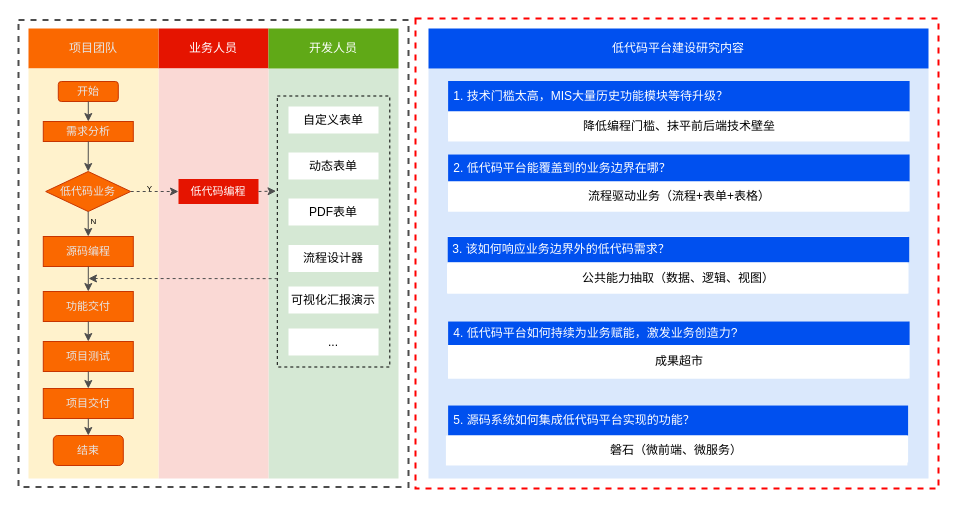
Earlier version of the draw.io diagram 低代码—研究内容——新版.drawio (tangyaosimida/love). Source tidied: cells renumbered, new cells numbered last; positions are measured from the earlier drawing's top-left corner, leaving out a move shared by most shapes. Both pictures are drawn from the tidied source at 100%, with x=0, y=0 at pixel (18, 18).
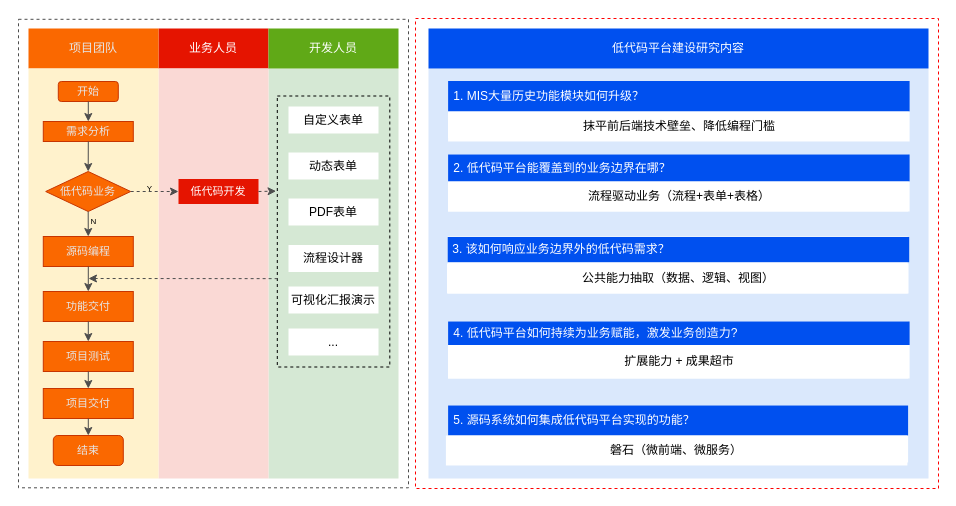
The same diagram, later.

Commit message:
更新低代码—研究内容——新版.drawio

The edit, as a diff of the source:
```diff
@@
-    <mxCell id="4" style="rounded=0;whiteSpace=wrap;html=1;fillColor=none;strokeColor=#4D4D4D;strokeWidth=2;dashed=1;" parent="1" vertex="1">
-      <mxGeometry y="1.5" width="390" height="467" as="geometry" />
+    <mxCell id="4" style="rounded=0;whiteSpace=wrap;html=1;fillColor=none;strokeColor=#4D4D4D;strokeWidth=1;dashed=1;" parent="1" vertex="1">
+      <mxGeometry y="0.8" width="390" height="468.5" as="geometry" />
     </mxCell>
@@
-    <mxCell id="27" value="低代码编程" style="rounded=0;whiteSpace=wrap;html=1;fillColor=#e51400;fontColor=#ffffff;strokeColor=none;fontSize=11;" parent="1" vertex="1">
+    <mxCell id="27" value="低代码开发" style="rounded=0;whiteSpace=wrap;html=1;fillColor=#e51400;fontColor=#ffffff;strokeColor=none;fontSize=11;" parent="1" vertex="1">
       <mxGeometry x="160" y="160.5" width="80" height="25" as="geometry" />
     </mxCell>
@@
-    <mxCell id="39" style="rounded=0;whiteSpace=wrap;html=1;fillColor=none;strokeColor=#FF0000;strokeWidth=2;dashed=1;" parent="1" vertex="1">
+    <mxCell id="39" style="rounded=0;whiteSpace=wrap;html=1;fillColor=none;strokeColor=#FF0000;strokeWidth=1;dashed=1;" parent="1" vertex="1">
       <mxGeometry x="397" width="523" height="470" as="geometry" />
     </mxCell>
@@
-    <mxCell id="48" value="&amp;nbsp;1. 技术门槛太高，MIS大量历史功能模块等待升级？" style="rounded=0;whiteSpace=wrap;html=1;fillColor=#0050ef;fontColor=#ffffff;strokeColor=none;align=left;" parent="1" vertex="1">
+    <mxCell id="48" value="&amp;nbsp;1. MIS大量历史功能模块如何升级？" style="rounded=0;whiteSpace=wrap;html=1;fillColor=#0050ef;fontColor=#ffffff;strokeColor=none;align=left;" parent="1" vertex="1">
       <mxGeometry x="429.6" y="62.5" width="461.5" height="30.5" as="geometry" />
     </mxCell>
@@
-    <mxCell id="52" value="成果超市" style="rounded=0;whiteSpace=wrap;html=1;align=center;strokeColor=none;" parent="1" vertex="1">
+    <mxCell id="52" value="扩展能力 + 成果超市" style="rounded=0;whiteSpace=wrap;html=1;align=center;strokeColor=none;" parent="1" vertex="1">
       <mxGeometry x="429.6" y="326.5" width="461.5" height="33.5" as="geometry" />
     </mxCell>
-    <mxCell id="53" value="降低编程门槛、抹平前后端技术壁垒" style="rounded=0;whiteSpace=wrap;html=1;align=center;strokeColor=none;" parent="1" vertex="1">
+    <mxCell id="53" value="抹平前后端技术壁垒、降低编程门槛" style="rounded=0;whiteSpace=wrap;html=1;align=center;strokeColor=none;" parent="1" vertex="1">
       <mxGeometry x="429.6" y="93" width="461.5" height="30" as="geometry" />
     </mxCell>
```
